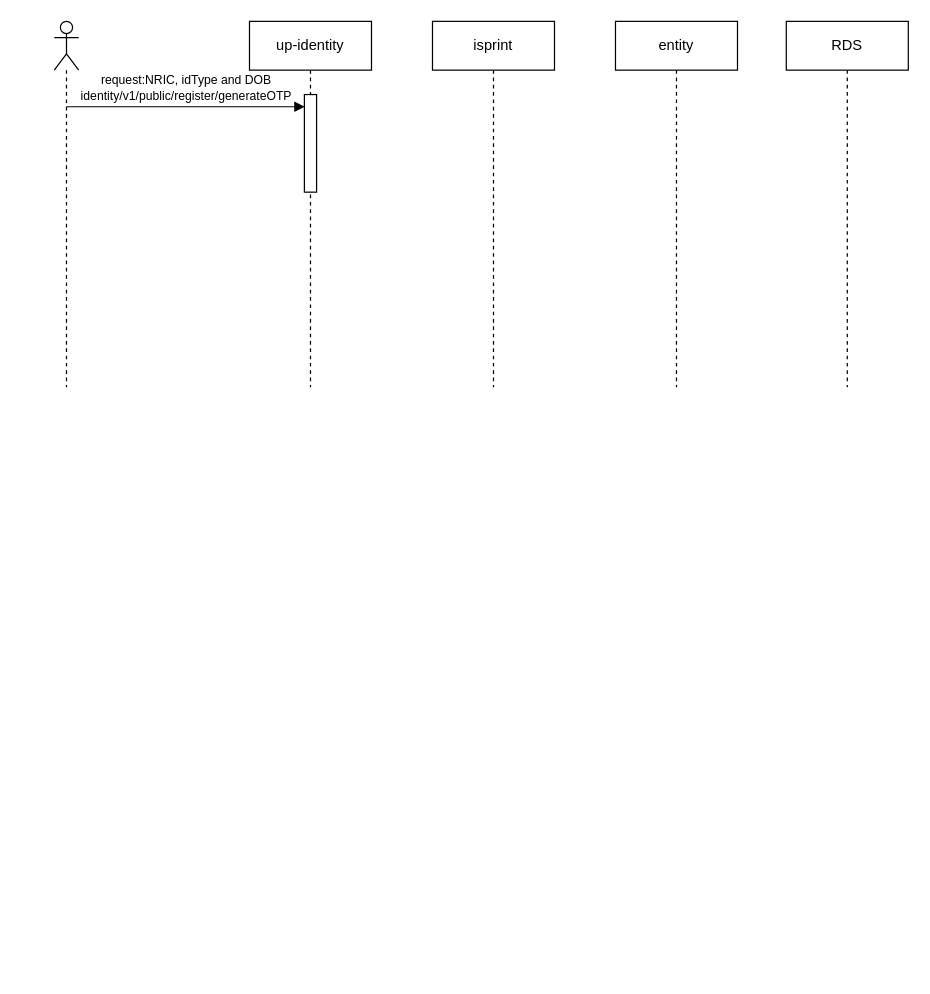
This is regsiter_user_normal_flow.drawio from ajeeshraj56/drawio, a draw.io file, before an edit. Source tidied: cells renumbered, new cells numbered last; positions are measured from the earlier drawing's top-left corner, leaving out a move shared by most shapes. Both pictures are drawn from the tidied source at 122%, with x=0, y=0 at pixel (54, 21).
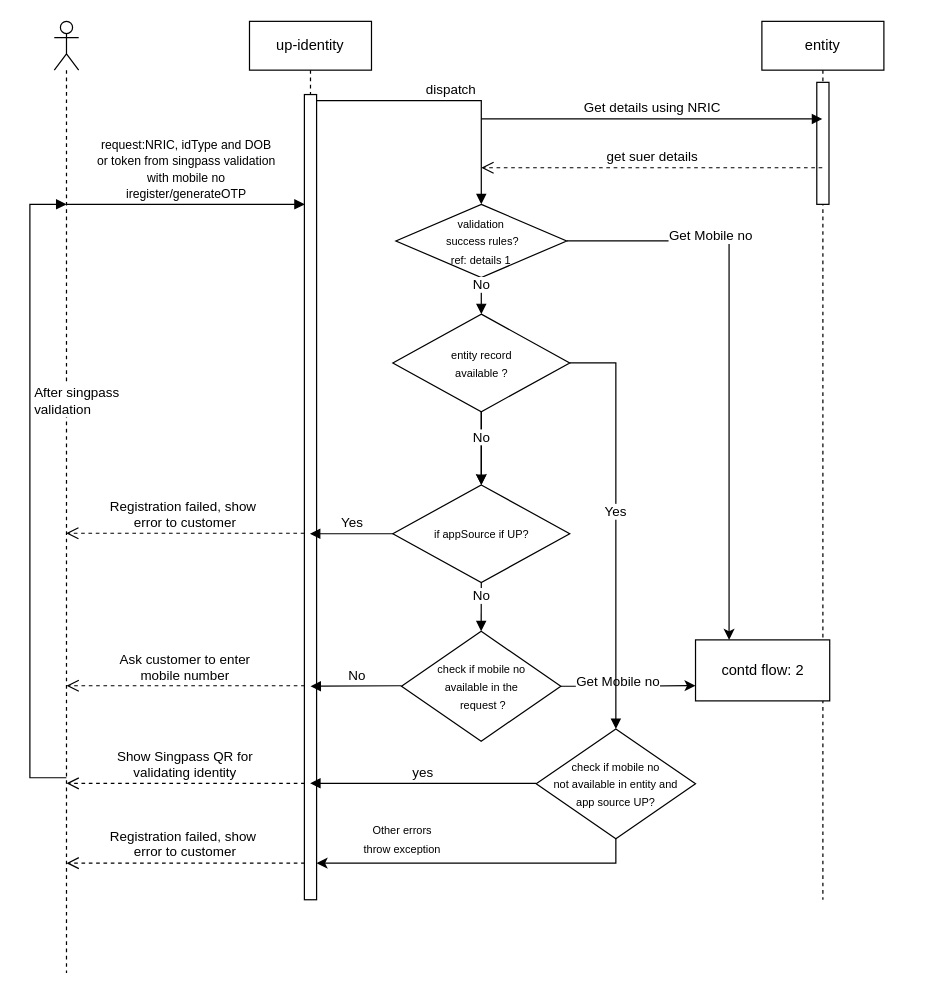
The same diagram, later.

Diff of the diagram source:
```diff
@@
-    <mxCell id="2" value="RDS" style="shape=umlLifeline;perimeter=lifelinePerimeter;whiteSpace=wrap;html=1;newEdgeStyle={&quot;curved&quot;:0,&quot;rounded&quot;:0};" parent="1" vertex="1">
-      <mxGeometry x="600" width="100" height="300" as="geometry" />
-    </mxCell>
     <mxCell id="3" value="entity" style="shape=umlLifeline;perimeter=lifelinePerimeter;whiteSpace=wrap;html=1;outlineConnect=0;portConstraint=eastwest;newEdgeStyle={&quot;curved&quot;:0,&quot;rounded&quot;:0};" parent="1" vertex="1">
-      <mxGeometry x="460" width="100" height="300" as="geometry" />
+      <mxGeometry x="580" width="100" height="720" as="geometry" />
     </mxCell>
-    <mxCell id="4" value="isprint" style="shape=umlLifeline;perimeter=lifelinePerimeter;whiteSpace=wrap;html=1;newEdgeStyle={&quot;curved&quot;:0,&quot;rounded&quot;:0};" parent="1" vertex="1">
-      <mxGeometry x="310" width="100" height="300" as="geometry" />
-    </mxCell>
+    <mxCell id="9" style="html=1;perimeter=orthogonalPerimeter;targetShapes=umlLifeline;newEdgeStyle={&quot;curved&quot;:0,&quot;rounded&quot;:0};" parent="3" vertex="1">
+      <mxGeometry x="45" y="50" width="10" height="100" as="geometry" />
+    </mxCell>
     <mxCell id="5" value="up-identity" style="shape=umlLifeline;perimeter=lifelinePerimeter;whiteSpace=wrap;html=1;outlineConnect=0;portConstraint=eastwest;newEdgeStyle={&quot;curved&quot;:0,&quot;rounded&quot;:0};" parent="1" vertex="1">
-      <mxGeometry x="160" width="100" height="300" as="geometry" />
+      <mxGeometry x="160" width="100" height="720" as="geometry" />
     </mxCell>
     <mxCell id="6" style="html=1;points=[[0,0,0,0,5],[0,1,0,0,-5],[1,0,0,0,5],[1,1,0,0,-5]];perimeter=orthogonalPerimeter;outlineConnect=0;targetShapes=umlLifeline;portConstraint=eastwest;newEdgeStyle={&quot;curved&quot;:0,&quot;rounded&quot;:0};" parent="5" vertex="1">
-      <mxGeometry x="45" y="60" width="10" height="80" as="geometry" />
+      <mxGeometry x="45" y="60" width="10" height="660" as="geometry" />
     </mxCell>
     <mxCell id="7" style="shape=umlLifeline;perimeter=lifelinePerimeter;whiteSpace=wrap;html=1;newEdgeStyle={&quot;curved&quot;:0,&quot;rounded&quot;:0};participant=umlActor;" parent="1" vertex="1">
-      <mxGeometry width="20" height="300" as="geometry" />
+      <mxGeometry width="20" height="780" as="geometry" />
     </mxCell>
-    <mxCell id="8" value="&lt;font style=&quot;font-size: 10px;&quot;&gt;request:NRIC, idType and DOB&lt;br&gt;identity/v1/public/register/generateOTP&lt;/font&gt;" style="html=1;verticalAlign=bottom;endArrow=block;curved=0;rounded=0;" parent="1" edge="1">
+    <mxCell id="8" value="&lt;font style=&quot;font-size: 10px;&quot;&gt;request:NRIC, idType and DOB&lt;br&gt;or token from singpass validation &lt;br&gt;with mobile no&lt;br&gt;iregister/generateOTP&lt;/font&gt;" style="html=1;verticalAlign=bottom;endArrow=block;curved=0;rounded=0;" parent="1" edge="1">
       <mxGeometry relative="1" as="geometry">
-        <mxPoint x="10" y="70" as="sourcePoint" />
-        <mxPoint x="205.3" y="70" as="targetPoint" />
+        <mxPoint x="10" y="150" as="sourcePoint" />
+        <mxPoint x="205.3" y="150" as="targetPoint" />
       </mxGeometry>
     </mxCell>
+    <mxCell id="10" value="&lt;font style=&quot;font-size: 9px;&quot;&gt;validation&lt;br&gt;&amp;nbsp;success rules?&lt;br&gt;ref: details 1&lt;br&gt;&lt;/font&gt;" style="rhombus;whiteSpace=wrap;html=1;" parent="1" vertex="1">
+      <mxGeometry x="280" y="150" width="140" height="60" as="geometry" />
+    </mxCell>
+    <mxCell id="11" value="dispatch" style="html=1;verticalAlign=bottom;endArrow=block;rounded=0;exitX=1;exitY=0;exitDx=0;exitDy=5;exitPerimeter=0;entryX=0.5;entryY=0;entryDx=0;entryDy=0;edgeStyle=orthogonalEdgeStyle;" parent="1" edge="1" source="6" target="10">
+      <mxGeometry relative="1" as="geometry">
+        <Array as="points">
+          <mxPoint x="350" y="65" />
+        </Array>
+      </mxGeometry>
+    </mxCell>
+    <mxCell id="12" style="edgeStyle=orthogonalEdgeStyle;rounded=0;jettySize=auto;html=1;" parent="1" edge="1" source="13" target="15">
+      <mxGeometry relative="1" as="geometry" />
+    </mxCell>
+    <mxCell id="13" value="&lt;font style=&quot;font-size: 9px;&quot;&gt;entity record &lt;br&gt;available ?&lt;br&gt;&lt;/font&gt;" style="rhombus;whiteSpace=wrap;html=1;" parent="1" vertex="1">
+      <mxGeometry x="277.5" y="240" width="145" height="80" as="geometry" />
+    </mxCell>
+    <mxCell id="14" value="No" style="html=1;verticalAlign=bottom;endArrow=block;curved=0;rounded=0;exitX=0.5;exitY=1;exitDx=0;exitDy=0;entryX=0.5;entryY=0;entryDx=0;entryDy=0;" parent="1" edge="1" source="10" target="13">
+      <mxGeometry relative="1" as="geometry" />
+    </mxCell>
+    <mxCell id="15" value="&lt;font style=&quot;font-size: 9px;&quot;&gt;if appSource if UP?&lt;br&gt;&lt;/font&gt;" style="rhombus;whiteSpace=wrap;html=1;" parent="1" vertex="1">
+      <mxGeometry x="277.5" y="380" width="145" height="80" as="geometry" />
+    </mxCell>
+    <mxCell id="16" value="No" style="html=1;verticalAlign=bottom;endArrow=block;curved=0;rounded=0;exitX=0.5;exitY=1;exitDx=0;exitDy=0;entryX=0.5;entryY=0;entryDx=0;entryDy=0;" parent="1" edge="1" source="13" target="15">
+      <mxGeometry relative="1" as="geometry" />
+    </mxCell>
+    <mxCell id="17" value="Yes" style="html=1;verticalAlign=bottom;endArrow=block;curved=0;rounded=0;exitX=0;exitY=0.5;exitDx=0;exitDy=0;" parent="1" edge="1" source="15" target="5">
+      <mxGeometry relative="1" as="geometry" />
+    </mxCell>
+    <mxCell id="18" value="Registration failed, show&amp;nbsp;&lt;br&gt;error to customer" style="html=1;verticalAlign=bottom;endArrow=open;dashed=1;endSize=8;curved=0;rounded=0;" parent="1" edge="1">
+      <mxGeometry relative="1" as="geometry">
+        <mxPoint x="205" y="419.6" as="sourcePoint" />
+        <mxPoint x="9.7" y="419.6" as="targetPoint" />
+      </mxGeometry>
+    </mxCell>
+    <mxCell id="19" style="edgeStyle=orthogonalEdgeStyle;rounded=0;jettySize=auto;html=1;entryX=0;entryY=0.75;entryDx=0;entryDy=0;" parent="1" edge="1" source="21" target="35">
+      <mxGeometry relative="1" as="geometry" />
+    </mxCell>
+    <mxCell id="20" value="Get Mobile no" style="edgeLabel;html=1;align=center;verticalAlign=middle;" parent="19" vertex="1">
+      <mxGeometry x="-0.59" y="-3" relative="1" as="geometry">
+        <mxPoint x="23" y="-8" as="offset" />
+      </mxGeometry>
+    </mxCell>
+    <mxCell id="21" value="&lt;font style=&quot;font-size: 9px;&quot;&gt;check if mobile no&lt;br&gt;available in the&lt;br&gt;&amp;nbsp;request ?&lt;br&gt;&lt;/font&gt;" style="rhombus;whiteSpace=wrap;html=1;" parent="1" vertex="1">
+      <mxGeometry x="284.6" y="500" width="130.6" height="90" as="geometry" />
+    </mxCell>
+    <mxCell id="22" value="No" style="html=1;verticalAlign=bottom;endArrow=block;curved=0;rounded=0;exitX=0.5;exitY=1;exitDx=0;exitDy=0;entryX=0.5;entryY=0;entryDx=0;entryDy=0;" parent="1" edge="1" source="15" target="21">
+      <mxGeometry relative="1" as="geometry" />
+    </mxCell>
+    <mxCell id="23" value="No" style="html=1;verticalAlign=bottom;endArrow=block;curved=0;rounded=0;exitX=0;exitY=0.5;exitDx=0;exitDy=0;" parent="1" edge="1">
+      <mxGeometry relative="1" as="geometry">
+        <mxPoint x="284.6" y="544.6" as="sourcePoint" />
+        <mxPoint x="210" y="545" as="targetPoint" />
+      </mxGeometry>
+    </mxCell>
+    <mxCell id="24" value="Ask customer to enter&lt;br&gt;mobile number" style="html=1;verticalAlign=bottom;endArrow=open;dashed=1;endSize=8;curved=0;rounded=0;" parent="1" edge="1">
+      <mxGeometry relative="1" as="geometry">
+        <mxPoint x="205.3" y="544.6" as="sourcePoint" />
+        <mxPoint x="10" y="544.6" as="targetPoint" />
+      </mxGeometry>
+    </mxCell>
+    <mxCell id="25" value="Yes" style="html=1;verticalAlign=bottom;endArrow=block;rounded=0;edgeStyle=orthogonalEdgeStyle;exitX=1;exitY=0.5;exitDx=0;exitDy=0;entryX=0.5;entryY=0;entryDx=0;entryDy=0;" parent="1" edge="1" source="13" target="27">
+      <mxGeometry relative="1" as="geometry">
+        <Array as="points">
+          <mxPoint x="460" y="280" />
+        </Array>
+      </mxGeometry>
+    </mxCell>
+    <mxCell id="26" style="edgeStyle=orthogonalEdgeStyle;rounded=0;jettySize=auto;html=1;exitX=0.5;exitY=1;exitDx=0;exitDy=0;" parent="1" edge="1" source="27" target="6">
+      <mxGeometry relative="1" as="geometry">
+        <Array as="points">
+          <mxPoint x="460" y="690" />
+        </Array>
+      </mxGeometry>
+    </mxCell>
+    <mxCell id="27" value="&lt;font style=&quot;font-size: 9px;&quot;&gt;check if mobile no&lt;br&gt;not available in entity and&lt;br&gt;app source UP?&lt;br&gt;&lt;/font&gt;" style="rhombus;whiteSpace=wrap;html=1;" parent="1" vertex="1">
+      <mxGeometry x="395" y="580" width="130.6" height="90" as="geometry" />
+    </mxCell>
+    <mxCell id="28" value="yes" style="html=1;verticalAlign=bottom;endArrow=block;curved=0;rounded=0;exitX=0;exitY=0.5;exitDx=0;exitDy=0;" parent="1" edge="1">
+      <mxGeometry relative="1" as="geometry">
+        <mxPoint x="395" y="624.6" as="sourcePoint" />
+        <mxPoint x="209.7" y="624.6" as="targetPoint" />
+      </mxGeometry>
+    </mxCell>
+    <mxCell id="29" value="Show Singpass QR for&lt;br&gt;validating identity" style="html=1;verticalAlign=bottom;endArrow=open;dashed=1;endSize=8;curved=0;rounded=0;" parent="1" edge="1">
+      <mxGeometry relative="1" as="geometry">
+        <mxPoint x="205.3" y="624.6" as="sourcePoint" />
+        <mxPoint x="10" y="624.6" as="targetPoint" />
+      </mxGeometry>
+    </mxCell>
+    <mxCell id="30" value="After singpass&lt;br&gt;validation" style="html=1;align=left;spacingLeft=2;endArrow=block;rounded=0;edgeStyle=orthogonalEdgeStyle;curved=0;rounded=0;" parent="1" edge="1">
+      <mxGeometry x="0.28" relative="1" as="geometry">
+        <mxPoint x="9.9" y="620" as="sourcePoint" />
+        <mxPoint x="10" y="150" as="targetPoint" />
+        <Array as="points">
+          <mxPoint x="-20" y="620" />
+          <mxPoint x="-20" y="150" />
+        </Array>
+      </mxGeometry>
+    </mxCell>
+    <mxCell id="31" value="Registration failed, show&amp;nbsp;&lt;br&gt;error to customer" style="html=1;verticalAlign=bottom;endArrow=open;dashed=1;endSize=8;curved=0;rounded=0;" parent="1" edge="1">
+      <mxGeometry relative="1" as="geometry">
+        <mxPoint x="205.3" y="690" as="sourcePoint" />
+        <mxPoint x="10" y="690" as="targetPoint" />
+      </mxGeometry>
+    </mxCell>
+    <mxCell id="32" value="&lt;font style=&quot;font-size: 9px;&quot;&gt;Other errors&lt;br&gt;throw exception&lt;/font&gt;" style="text;html=1;align=center;verticalAlign=middle;strokeColor=none;fillColor=none;" parent="1" vertex="1">
+      <mxGeometry x="240" y="650" width="90" height="40" as="geometry" />
+    </mxCell>
+    <mxCell id="33" value="Get details using NRIC" style="html=1;verticalAlign=bottom;endArrow=block;curved=0;rounded=0;" parent="1" edge="1" target="3">
+      <mxGeometry relative="1" as="geometry">
+        <mxPoint x="350" y="80" as="sourcePoint" />
+      </mxGeometry>
+    </mxCell>
+    <mxCell id="34" value="get suer details" style="html=1;verticalAlign=bottom;endArrow=open;dashed=1;endSize=8;curved=0;rounded=0;" parent="1" edge="1" source="3">
+      <mxGeometry relative="1" as="geometry">
+        <mxPoint x="350" y="120" as="targetPoint" />
+      </mxGeometry>
+    </mxCell>
+    <mxCell id="35" value="contd flow: 2" style="html=1;whiteSpace=wrap;" parent="1" vertex="1">
+      <mxGeometry x="525.6" y="507" width="110" height="50" as="geometry" />
+    </mxCell>
+    <mxCell id="36" style="edgeStyle=orthogonalEdgeStyle;rounded=0;jettySize=auto;html=1;entryX=0.25;entryY=0;entryDx=0;entryDy=0;exitX=1;exitY=0.5;exitDx=0;exitDy=0;" parent="1" edge="1" source="10" target="35">
+      <mxGeometry relative="1" as="geometry" />
+    </mxCell>
+    <mxCell id="37" value="Get Mobile no" style="edgeLabel;html=1;align=center;verticalAlign=middle;" parent="36" vertex="1">
+      <mxGeometry x="-0.59" y="-3" relative="1" as="geometry">
+        <mxPoint x="23" y="-8" as="offset" />
+      </mxGeometry>
+    </mxCell>
```
